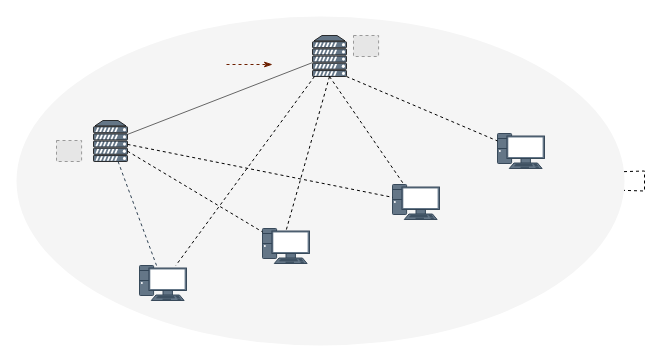
Earlier version of the draw.io diagram page "公平性" (3 of 3) of DRL.drawio (zhangluting123/drawio). Source tidied: cells renumbered, new cells numbered last; positions are measured from the earlier drawing's top-left corner, leaving out a move shared by most shapes. Both pictures are drawn from the tidied source at 100%, with x=0, y=0 at pixel (16, 16). Pictures stored in the file or linked from it are replaced by grey dashed boxes.
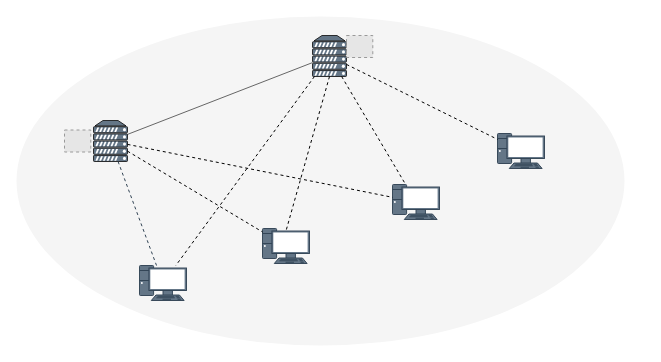
Above is the later version.

Unchanged cells that the change refers to:
```xml
<mxCell id="2" style="ellipse;whiteSpace=wrap;html=1;fillColor=#f5f5f5;fontColor=#333333;strokeColor=none;" parent="1" vertex="1">
  <mxGeometry width="608" height="329" as="geometry" />
</mxCell>
<mxCell id="5" style="verticalAlign=top;verticalLabelPosition=bottom;labelPosition=center;align=center;html=1;outlineConnect=0;fillColor=#647687;strokeColor=default;gradientDirection=north;strokeWidth=1;shape=mxgraph.networks.server;fontColor=#ffffff;" parent="1" vertex="1">
  <mxGeometry x="296" y="19" width="34" height="41" as="geometry" />
</mxCell>
<mxCell id="7" style="fontColor=#ffffff;verticalAlign=top;verticalLabelPosition=bottom;labelPosition=center;align=center;html=1;outlineConnect=0;fillColor=#647687;strokeColor=#314354;gradientDirection=north;strokeWidth=2;shape=mxgraph.networks.pc;fontSize=11;" parent="1" vertex="1">
  <mxGeometry x="123" y="249" width="47" height="35" as="geometry" />
</mxCell>
<mxCell id="8" style="fontColor=#ffffff;verticalAlign=top;verticalLabelPosition=bottom;labelPosition=center;align=center;html=1;outlineConnect=0;fillColor=#647687;strokeColor=#314354;gradientDirection=north;strokeWidth=2;shape=mxgraph.networks.pc;fontSize=11;" parent="1" vertex="1">
  <mxGeometry x="246" y="212" width="47" height="35" as="geometry" />
</mxCell>
<mxCell id="12" style="fontColor=#ffffff;verticalAlign=top;verticalLabelPosition=bottom;labelPosition=center;align=center;html=1;outlineConnect=0;fillColor=#647687;strokeColor=#314354;gradientDirection=north;strokeWidth=2;shape=mxgraph.networks.pc;fontSize=11;" parent="1" vertex="1">
  <mxGeometry x="376" y="168" width="47" height="35" as="geometry" />
</mxCell>
<mxCell id="17" style="fontColor=#ffffff;verticalAlign=top;verticalLabelPosition=bottom;labelPosition=center;align=center;html=1;outlineConnect=0;fillColor=#647687;strokeColor=#314354;gradientDirection=north;strokeWidth=2;shape=mxgraph.networks.pc;fontSize=11;" parent="1" vertex="1">
  <mxGeometry x="481" y="117" width="47" height="35" as="geometry" />
</mxCell>
```

Change to the diagram source:
```diff
@@
-    <mxCell id="4" style="verticalAlign=top;verticalLabelPosition=bottom;labelPosition=center;align=center;html=1;outlineConnect=0;fillColor=#647687;strokeColor=default;gradientDirection=north;strokeWidth=1;shape=mxgraph.networks.server;fontColor=#ffffff;" parent="1" vertex="1">
+    <mxCell id="4" style="verticalAlign=top;verticalLabelPosition=bottom;labelPosition=center;align=center;html=1;outlineConnect=0;fillColor=#647687;strokeColor=default;gradientDirection=north;strokeWidth=1;shape=mxgraph.networks.server;fontColor=#ffffff;shadow=0;snapToPoint=0;" parent="1" vertex="1">
       <mxGeometry x="77" y="104" width="34" height="41" as="geometry" />
     </mxCell>
@@
-    <mxCell id="6" style="endArrow=classicThin;dashed=1;html=1;rounded=0;endFill=1;fillColor=#a0522d;strokeColor=#6D1F00;startArrow=none;startFill=0;" parent="1" edge="1">
-      <mxGeometry relative="1" as="geometry">
-        <mxPoint x="210" y="48" as="sourcePoint" />
-        <mxPoint x="256" y="48" as="targetPoint" />
-      </mxGeometry>
-    </mxCell>
@@
-    <mxCell id="9" style="endArrow=none;html=1;rounded=0;dashed=1;fontSize=11;" parent="1" edge="1" source="2" target="2">
-      <mxGeometry relative="1" as="geometry" />
-    </mxCell>
-    <mxCell id="10" style="endArrow=none;html=1;rounded=0;dashed=1;fontSize=11;fillColor=#647687;strokeColor=#314354;" parent="1" edge="1" source="4" target="7">
+    <mxCell id="10" style="endArrow=none;html=1;rounded=0;fontSize=11;fillColor=#647687;strokeColor=#314354;dashed=1;" parent="1" edge="1" source="4" target="7">
       <mxGeometry relative="1" as="geometry" />
     </mxCell>
-    <mxCell id="11" style="endArrow=none;html=1;rounded=0;dashed=1;fontSize=11;" parent="1" edge="1" source="5" target="7">
+    <mxCell id="11" style="endArrow=none;html=1;rounded=0;fontSize=11;dashed=1;" parent="1" edge="1" source="5" target="7">
       <mxGeometry relative="1" as="geometry" />
     </mxCell>
@@
-    <mxCell id="13" style="endArrow=none;html=1;rounded=0;dashed=1;fontSize=11;" parent="1" edge="1" source="4" target="8">
+    <mxCell id="13" style="endArrow=none;html=1;rounded=0;fontSize=11;dashed=1;" parent="1" edge="1" source="4" target="8">
       <mxGeometry relative="1" as="geometry" />
     </mxCell>
-    <mxCell id="14" style="endArrow=none;html=1;rounded=0;dashed=1;fontSize=11;entryX=0.5;entryY=0.07;entryDx=0;entryDy=0;entryPerimeter=0;exitX=0.5;exitY=1;exitDx=0;exitDy=0;exitPerimeter=0;" parent="1" edge="1" source="5" target="8">
+    <mxCell id="14" style="endArrow=none;html=1;rounded=0;fontSize=11;entryX=0.5;entryY=0.07;entryDx=0;entryDy=0;entryPerimeter=0;exitX=0.5;exitY=1;exitDx=0;exitDy=0;exitPerimeter=0;dashed=1;" parent="1" edge="1" source="5" target="8">
       <mxGeometry relative="1" as="geometry" />
     </mxCell>
-    <mxCell id="15" style="endArrow=none;html=1;rounded=0;dashed=1;fontSize=11;exitX=0.5;exitY=1;exitDx=0;exitDy=0;exitPerimeter=0;" parent="1" edge="1" source="5" target="12">
+    <mxCell id="15" style="endArrow=none;html=1;rounded=0;fontSize=11;dashed=1;" parent="1" edge="1" source="5" target="12">
       <mxGeometry relative="1" as="geometry" />
     </mxCell>
-    <mxCell id="16" style="endArrow=none;html=1;rounded=0;dashed=1;fontSize=11;" parent="1" edge="1" source="4" target="12">
+    <mxCell id="16" style="endArrow=none;html=1;rounded=0;fontSize=11;dashed=1;" parent="1" edge="1" source="4" target="12">
       <mxGeometry relative="1" as="geometry" />
     </mxCell>
@@
-    <mxCell id="18" style="endArrow=none;html=1;rounded=0;dashed=1;fontSize=11;exitX=1;exitY=1;exitDx=0;exitDy=0;exitPerimeter=0;" parent="1" edge="1" source="5" target="17">
+    <mxCell id="18" style="endArrow=none;html=1;rounded=0;fontSize=11;dashed=1;" parent="1" edge="1" source="5" target="17">
       <mxGeometry relative="1" as="geometry" />
     </mxCell>
-    <mxCell id="19" style="fillColor=#E6E6E6;strokeColor=#999999;dashed=1;verticalLabelPosition=bottom;verticalAlign=top;fontSize=11;" parent="1" vertex="1">
-      <mxGeometry x="40" y="124" width="25.1" height="21" as="geometry" />
-    </mxCell>
-    <mxCell id="20" style="fillColor=#E6E6E6;strokeColor=#999999;dashed=1;verticalLabelPosition=bottom;verticalAlign=top;fontSize=11;" parent="1" vertex="1">
-      <mxGeometry x="337" y="19" width="25.1" height="21" as="geometry" />
-    </mxCell>
+    <mxCell id="21" style="fillColor=#E6E6E6;strokeColor=#999999;dashed=1;verticalLabelPosition=bottom;verticalAlign=top;" parent="1" vertex="1">
+      <mxGeometry x="48" y="113.5" width="26.3" height="22" as="geometry" />
+    </mxCell>
+    <mxCell id="22" style="fillColor=#E6E6E6;strokeColor=#999999;dashed=1;verticalLabelPosition=bottom;verticalAlign=top;" parent="1" vertex="1">
+      <mxGeometry x="330" y="19" width="26.3" height="22" as="geometry" />
+    </mxCell>
```
